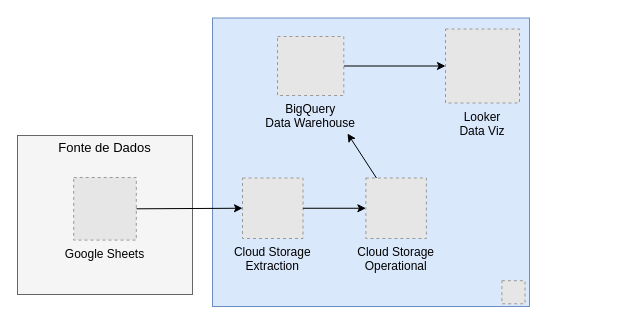
Before: doc/architecture.drawio in matbragan/gestao-condominial, a draw.io diagram. Source tidied: cells renumbered, new cells numbered last; positions are measured from the earlier drawing's top-left corner, leaving out a move shared by most shapes. Both pictures are drawn from the tidied source at 100%, with x=0, y=0 at pixel (17, 18). Pictures stored in the file or linked from it are replaced by grey dashed boxes.
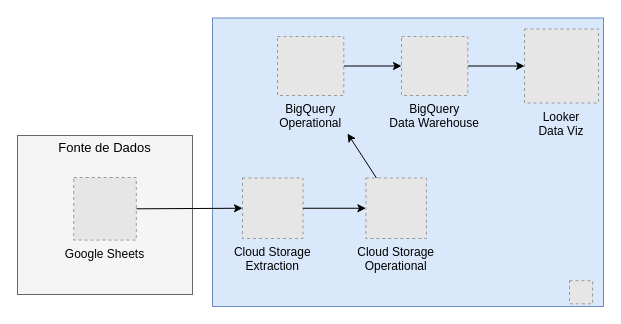
Above is the later version.

Commit message (it also covers changes not shown here):
add operational dataset in architecture

Diff of the diagram source:
```diff
@@
 <mxGraphModel background="#ffffff">
   <root>
     <mxCell id="0" />
     <mxCell id="1" parent="0" />
     <mxCell id="2" style="group;" parent="1" vertex="1">
-      <mxGeometry x="195" y="-0.5" width="317" height="288.5" as="geometry" />
+      <mxGeometry x="195" y="-0.5" width="391" height="288.5" as="geometry" />
     </mxCell>
     <mxCell id="3" style="rounded=0;whiteSpace=wrap;html=1;fillColor=#dae8fc;strokeColor=#6c8ebf;" parent="2" vertex="1">
-      <mxGeometry width="317" height="288.5" as="geometry" />
+      <mxGeometry width="391" height="288.5" as="geometry" />
     </mxCell>
     <mxCell id="4" style="fillColor=#E6E6E6;strokeColor=#999999;dashed=1;verticalLabelPosition=bottom;verticalAlign=top;fontColor=#000000;" parent="2" vertex="1">
-      <mxGeometry x="289.4" y="262.7" width="23.1" height="23.1" as="geometry" />
+      <mxGeometry x="357" y="262.7" width="23.1" height="23.1" as="geometry" />
     </mxCell>
+    <mxCell id="13" value="Looker&#10;Data Viz" style="fillColor=#E6E6E6;strokeColor=#999999;dashed=1;verticalLabelPosition=bottom;labelBackgroundColor=none;verticalAlign=top;fontColor=#000000;" parent="2" vertex="1">
+      <mxGeometry x="312" y="11" width="74" height="74" as="geometry" />
+    </mxCell>
+    <mxCell id="17" style="edgeStyle=none;html=1;strokeColor=#000000;" parent="2" edge="1" source="18" target="13">
+      <mxGeometry relative="1" as="geometry" />
+    </mxCell>
+    <mxCell id="18" value="BigQuery&#10;Data Warehouse" style="fillColor=#E6E6E6;strokeColor=#999999;dashed=1;verticalLabelPosition=bottom;verticalAlign=top;fontColor=#000000;" parent="2" vertex="1">
+      <mxGeometry x="189" y="18.5" width="66.3" height="59" as="geometry" />
+    </mxCell>
     <mxCell id="5" style="group;" parent="1" vertex="1">
       <mxGeometry y="117" width="175" height="159" as="geometry" />
     </mxCell>
     <mxCell id="6" style="rounded=0;whiteSpace=wrap;html=1;fillColor=#f5f5f5;strokeColor=#666666;fontColor=#333333;" parent="5" vertex="1">
       <mxGeometry width="175" height="159" as="geometry" />
     </mxCell>
     <mxCell id="7" value="&lt;font style=&quot;font-size: 13px;&quot;&gt;Fonte de Dados&lt;/font&gt;" style="text;strokeColor=none;align=center;fillColor=none;html=1;verticalAlign=middle;whiteSpace=wrap;rounded=0;fontColor=#000000;" parent="5" vertex="1">
       <mxGeometry x="31" y="4" width="113" height="15.3" as="geometry" />
     </mxCell>
     <mxCell id="8" style="edgeStyle=none;html=1;entryX=0;entryY=0.5;entryDx=0;entryDy=0;fontColor=#000000;strokeColor=#000000;exitX=1;exitY=0.5;exitDx=0;exitDy=0;" parent="1" edge="1" source="9" target="10">
       <mxGeometry relative="1" as="geometry" />
     </mxCell>
     <mxCell id="9" value="Google Sheets" style="fillColor=#E6E6E6;strokeColor=#999999;dashed=1;verticalLabelPosition=bottom;verticalAlign=top;fontColor=#000000;" parent="1" vertex="1">
       <mxGeometry x="56.2" y="159" width="62.6" height="62.6" as="geometry" />
     </mxCell>
     <mxCell id="10" value="Cloud Storage&#10;Extraction" style="fillColor=#E6E6E6;strokeColor=#999999;dashed=1;verticalLabelPosition=bottom;verticalAlign=top;fontColor=#000000;" parent="1" vertex="1">
       <mxGeometry x="225" y="159.5" width="60.5" height="60.5" as="geometry" />
     </mxCell>
     <mxCell id="11" value="Cloud Storage&#10;Operational" style="fillColor=#E6E6E6;strokeColor=#999999;dashed=1;verticalLabelPosition=bottom;verticalAlign=top;fontColor=#000000;" parent="1" vertex="1">
       <mxGeometry x="348.4" y="159.5" width="60.5" height="60.5" as="geometry" />
     </mxCell>
     <mxCell id="12" style="edgeStyle=none;html=1;entryX=0;entryY=0.5;entryDx=0;entryDy=0;strokeColor=#000000;" parent="1" edge="1" source="10" target="11">
       <mxGeometry relative="1" as="geometry" />
     </mxCell>
-    <mxCell id="13" value="Looker&#10;Data Viz" style="fillColor=#E6E6E6;strokeColor=#999999;dashed=1;verticalLabelPosition=bottom;labelBackgroundColor=none;verticalAlign=top;fontColor=#000000;" parent="1" vertex="1">
-      <mxGeometry x="428" y="10.5" width="74" height="74" as="geometry" />
-    </mxCell>
-    <mxCell id="14" style="edgeStyle=none;html=1;strokeColor=#000000;entryX=0;entryY=0.5;entryDx=0;entryDy=0;" parent="1" edge="1" source="15" target="13">
+    <mxCell id="14" style="edgeStyle=none;html=1;strokeColor=#000000;entryX=0;entryY=0.5;entryDx=0;entryDy=0;" parent="1" edge="1" source="15" target="18">
       <mxGeometry relative="1" as="geometry" />
     </mxCell>
-    <mxCell id="15" value="BigQuery&#10;Data Warehouse" style="fillColor=#E6E6E6;strokeColor=#999999;dashed=1;verticalLabelPosition=bottom;verticalAlign=top;fontColor=#000000;" parent="1" vertex="1">
+    <mxCell id="15" value="BigQuery&#10;Operational" style="fillColor=#E6E6E6;strokeColor=#999999;dashed=1;verticalLabelPosition=bottom;verticalAlign=top;fontColor=#000000;" parent="1" vertex="1">
       <mxGeometry x="260" y="18" width="66.3" height="59" as="geometry" />
     </mxCell>
     <mxCell id="16" style="edgeStyle=none;html=1;strokeColor=#000000;" parent="1" edge="1" source="11">
       <mxGeometry relative="1" as="geometry">
         <mxPoint x="330" y="115" as="targetPoint" />
       </mxGeometry>
     </mxCell>
   </root>
 </mxGraphModel>
```
